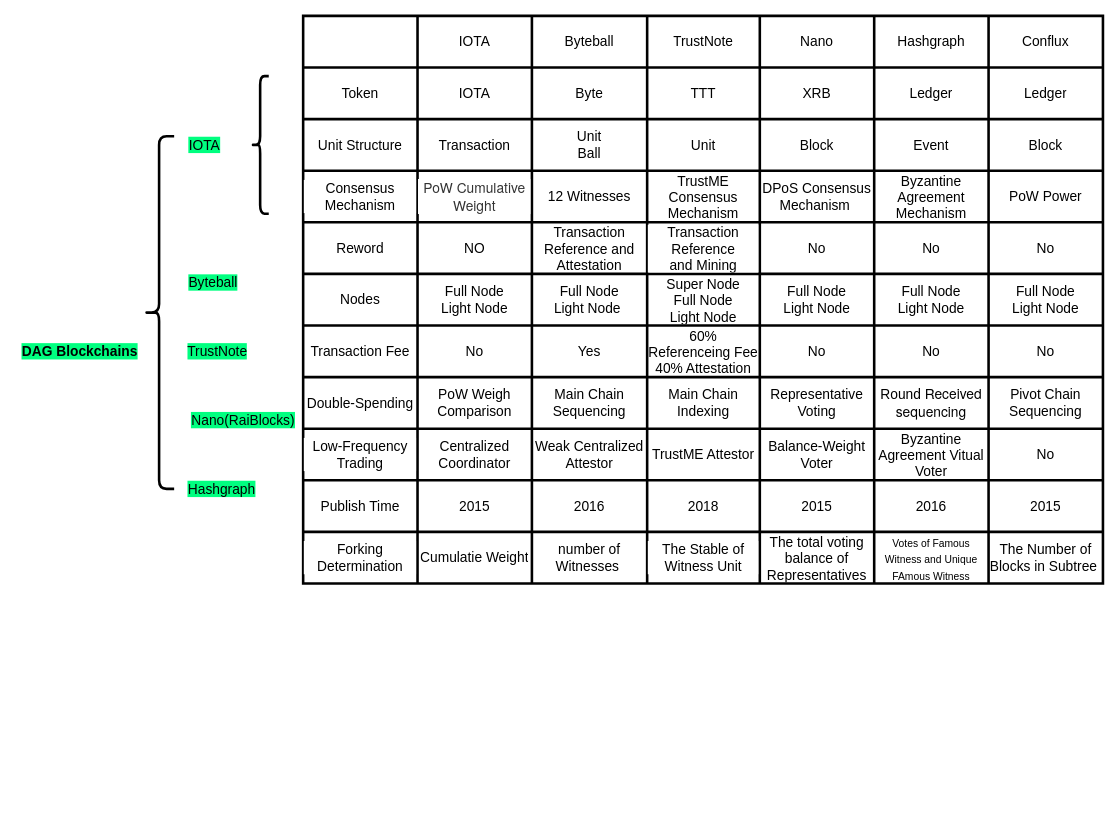
Earlier version of the draw.io diagram page "DAG Blockchain" (1 of 2) of Research Plans/Dag Blockchain.drawio (LiZhang2021/Blockchain). Source tidied: cells renumbered, new cells numbered last; positions are measured from the earlier drawing's top-left corner, leaving out a move shared by most shapes. Both pictures are drawn from the tidied source at 86%, with x=0, y=0 at pixel (15, 15).
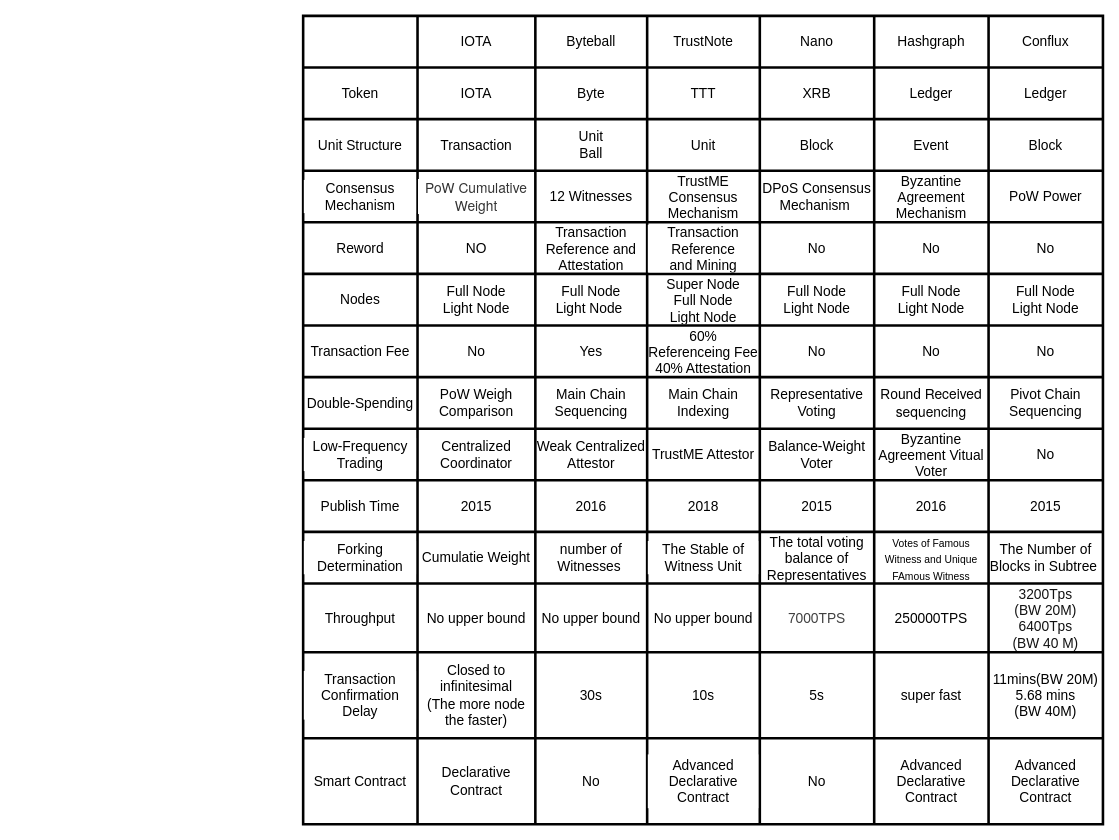
After the change.

The change refers to these unchanged cells:
```xml
<mxCell id="11" style="shape=tableRow;horizontal=0;startSize=0;swimlaneHead=0;swimlaneBody=0;top=0;left=0;bottom=0;right=0;fillColor=none;labelBackgroundColor=#00FF80;fontSize=16;strokeWidth=3;" parent="10" vertex="1">
  <mxGeometry width="930" height="60" as="geometry" />
</mxCell>
<mxCell id="19" style="shape=tableRow;horizontal=0;startSize=0;swimlaneHead=0;swimlaneBody=0;top=0;left=0;bottom=0;right=0;fillColor=none;labelBackgroundColor=#00FF80;fontSize=16;strokeWidth=3;" parent="10" vertex="1">
  <mxGeometry y="60" width="930" height="60" as="geometry" />
</mxCell>
<mxCell id="27" style="shape=tableRow;horizontal=0;startSize=0;swimlaneHead=0;swimlaneBody=0;top=0;left=0;bottom=0;right=0;fillColor=none;labelBackgroundColor=#00FF80;fontSize=16;strokeWidth=3;" parent="10" vertex="1">
  <mxGeometry y="120" width="930" height="60" as="geometry" />
</mxCell>
<mxCell id="35" style="shape=tableRow;horizontal=0;startSize=0;swimlaneHead=0;swimlaneBody=0;top=0;left=0;bottom=0;right=0;fillColor=none;labelBackgroundColor=#FFFFFF;fontSize=16;strokeWidth=3;" parent="10" vertex="1">
  <mxGeometry y="180" width="930" height="60" as="geometry" />
</mxCell>
<mxCell id="43" style="shape=tableRow;horizontal=0;startSize=0;swimlaneHead=0;swimlaneBody=0;top=0;left=0;bottom=0;right=0;fillColor=none;labelBackgroundColor=#00FF80;fontSize=16;strokeWidth=3;" parent="10" vertex="1">
  <mxGeometry y="240" width="930" height="60" as="geometry" />
</mxCell>
<mxCell id="51" style="shape=tableRow;horizontal=0;startSize=0;swimlaneHead=0;swimlaneBody=0;top=0;left=0;bottom=0;right=0;fillColor=none;labelBackgroundColor=#00FF80;fontSize=16;strokeWidth=3;" parent="10" vertex="1">
  <mxGeometry y="300" width="930" height="60" as="geometry" />
</mxCell>
<mxCell id="59" style="shape=tableRow;horizontal=0;startSize=0;swimlaneHead=0;swimlaneBody=0;top=0;left=0;bottom=0;right=0;fillColor=none;labelBackgroundColor=#00FF80;fontSize=16;strokeWidth=3;" parent="10" vertex="1">
  <mxGeometry y="360" width="930" height="60" as="geometry" />
</mxCell>
<mxCell id="67" style="shape=tableRow;horizontal=0;startSize=0;swimlaneHead=0;swimlaneBody=0;top=0;left=0;bottom=0;right=0;fillColor=none;labelBackgroundColor=#00FF80;fontSize=16;strokeWidth=3;" parent="10" vertex="1">
  <mxGeometry y="420" width="930" height="60" as="geometry" />
</mxCell>
<mxCell id="75" style="shape=tableRow;horizontal=0;startSize=0;swimlaneHead=0;swimlaneBody=0;top=0;left=0;bottom=0;right=0;fillColor=none;labelBackgroundColor=#FFFF00;fontSize=16;strokeWidth=3;" parent="10" vertex="1">
  <mxGeometry y="480" width="930" height="60" as="geometry" />
</mxCell>
<mxCell id="83" style="shape=tableRow;horizontal=0;startSize=0;swimlaneHead=0;swimlaneBody=0;top=0;left=0;bottom=0;right=0;fillColor=none;labelBackgroundColor=none;fontSize=16;strokeWidth=3;" parent="10" vertex="1">
  <mxGeometry y="540" width="930" height="60" as="geometry" />
</mxCell>
<mxCell id="91" style="shape=tableRow;horizontal=0;startSize=0;swimlaneHead=0;swimlaneBody=0;top=0;left=0;bottom=0;right=0;fillColor=none;labelBackgroundColor=none;fontSize=16;strokeWidth=3;" parent="10" vertex="1">
  <mxGeometry y="600" width="930" height="60" as="geometry" />
</mxCell>
```

Change to the diagram source:
```diff
@@
-    <mxCell id="2" value="&lt;font style=&quot;font-size: 16px;&quot;&gt;DAG Blockchains&lt;/font&gt;" style="text;html=1;align=center;verticalAlign=middle;strokeColor=none;fillColor=none;fontSize=16;fontStyle=1;labelBackgroundColor=#00FF80;" parent="1" vertex="1">
-      <mxGeometry y="380" width="150" height="20" as="geometry" />
-    </mxCell>
-    <mxCell id="3" value="IOTA" style="text;html=1;align=center;verticalAlign=middle;strokeColor=none;fillColor=none;fontSize=16;labelBackgroundColor=#00FF80;" parent="1" vertex="1">
-      <mxGeometry x="195" y="140" width="50" height="20" as="geometry" />
-    </mxCell>
-    <mxCell id="4" value="Byteball" style="text;html=1;align=center;verticalAlign=middle;strokeColor=none;fillColor=none;fontSize=16;labelBackgroundColor=#00FF80;" parent="1" vertex="1">
-      <mxGeometry x="195" y="300" width="70" height="20" as="geometry" />
-    </mxCell>
-    <mxCell id="5" value="TrustNote" style="text;html=1;align=center;verticalAlign=middle;strokeColor=none;fillColor=none;fontSize=16;labelBackgroundColor=#00FF80;" parent="1" vertex="1">
-      <mxGeometry x="195" y="380" width="80" height="20" as="geometry" />
-    </mxCell>
-    <mxCell id="6" value="Nano(RaiBlocks)" style="text;html=1;align=center;verticalAlign=middle;strokeColor=none;fillColor=none;fontSize=16;labelBackgroundColor=#00FF80;" parent="1" vertex="1">
-      <mxGeometry x="195" y="460" width="140" height="20" as="geometry" />
-    </mxCell>
-    <mxCell id="7" value="Hashgraph" style="text;html=1;align=center;verticalAlign=middle;strokeColor=none;fillColor=none;fontSize=16;labelBackgroundColor=#00FF80;" parent="1" vertex="1">
-      <mxGeometry x="195" y="540" width="90" height="20" as="geometry" />
-    </mxCell>
-    <mxCell id="8" style="shape=curlyBracket;whiteSpace=wrap;html=1;rounded=1;labelBackgroundColor=#00FF80;fontSize=16;strokeWidth=3;" parent="1" vertex="1">
-      <mxGeometry x="150" y="140" width="35" height="410" as="geometry" />
-    </mxCell>
-    <mxCell id="9" style="shape=curlyBracket;whiteSpace=wrap;html=1;rounded=1;labelBackgroundColor=#00FF80;fontSize=16;strokeWidth=3;" parent="1" vertex="1">
-      <mxGeometry x="275" y="70" width="20" height="160" as="geometry" />
-    </mxCell>
     <mxCell id="10" style="shape=table;startSize=0;childLayout=tableLayout;labelBackgroundColor=none;fontSize=16;strokeWidth=3;" parent="1" vertex="1">
-      <mxGeometry x="335" width="930" height="660" as="geometry" />
+      <mxGeometry x="335" width="930" height="940" as="geometry" />
     </mxCell>
@@
     <mxCell id="13" value="IOTA" style="shape=partialRectangle;html=1;whiteSpace=wrap;overflow=hidden;fillColor=none;top=0;left=0;bottom=0;right=0;labelBackgroundColor=#FFFFFF;fontSize=16;strokeWidth=3;" parent="11" vertex="1">
-      <mxGeometry x="133" width="133" height="60" as="geometry" />
+      <mxGeometry x="133" width="137" height="60" as="geometry" />
     </mxCell>
     <mxCell id="14" value="Byteball" style="shape=partialRectangle;html=1;whiteSpace=wrap;overflow=hidden;fillColor=none;top=0;left=0;bottom=0;right=0;labelBackgroundColor=#FFFFFF;fontSize=16;strokeWidth=3;" parent="11" vertex="1">
-      <mxGeometry x="266" width="134" height="60" as="geometry" />
+      <mxGeometry x="270" width="130" height="60" as="geometry" />
     </mxCell>
@@
     <mxCell id="21" value="&lt;span style=&quot;&quot;&gt;IOTA&lt;/span&gt;" style="shape=partialRectangle;html=1;whiteSpace=wrap;overflow=hidden;fillColor=none;top=0;left=0;bottom=0;right=0;labelBackgroundColor=#FFFFFF;fontSize=16;strokeWidth=3;" parent="19" vertex="1">
-      <mxGeometry x="133" width="133" height="60" as="geometry" />
+      <mxGeometry x="133" width="137" height="60" as="geometry" />
     </mxCell>
     <mxCell id="22" value="Byte" style="shape=partialRectangle;html=1;whiteSpace=wrap;overflow=hidden;fillColor=none;top=0;left=0;bottom=0;right=0;labelBackgroundColor=#FFFFFF;fontSize=16;strokeWidth=3;" parent="19" vertex="1">
-      <mxGeometry x="266" width="134" height="60" as="geometry" />
+      <mxGeometry x="270" width="130" height="60" as="geometry" />
     </mxCell>
@@
     <mxCell id="29" value="Transaction" style="shape=partialRectangle;html=1;whiteSpace=wrap;overflow=hidden;fillColor=none;top=0;left=0;bottom=0;right=0;labelBackgroundColor=#FFFFFF;fontSize=16;strokeWidth=3;" parent="27" vertex="1">
-      <mxGeometry x="133" width="133" height="60" as="geometry" />
+      <mxGeometry x="133" width="137" height="60" as="geometry" />
     </mxCell>
     <mxCell id="30" value="Unit&lt;br&gt;Ball" style="shape=partialRectangle;html=1;whiteSpace=wrap;overflow=hidden;fillColor=none;top=0;left=0;bottom=0;right=0;labelBackgroundColor=#FFFFFF;fontSize=16;strokeWidth=3;" parent="27" vertex="1">
-      <mxGeometry x="266" width="134" height="60" as="geometry" />
+      <mxGeometry x="270" width="130" height="60" as="geometry" />
     </mxCell>
@@
     <mxCell id="37" value="&lt;span style=&quot;color: rgb(51, 51, 51); font-family: &amp;quot;helvetica neue&amp;quot;, helvetica, &amp;quot;segoe ui&amp;quot;, arial, freesans, sans-serif;&quot;&gt;PoW Cumulative Weight&lt;/span&gt;" style="shape=partialRectangle;html=1;whiteSpace=wrap;overflow=hidden;fillColor=none;top=0;left=0;bottom=0;right=0;labelBackgroundColor=#FFFFFF;fontSize=16;strokeWidth=3;" parent="35" vertex="1">
-      <mxGeometry x="133" width="133" height="60" as="geometry" />
+      <mxGeometry x="133" width="137" height="60" as="geometry" />
     </mxCell>
     <mxCell id="38" value="12 Witnesses" style="shape=partialRectangle;html=1;whiteSpace=wrap;overflow=hidden;fillColor=none;top=0;left=0;bottom=0;right=0;labelBackgroundColor=#FFFFFF;fontSize=16;strokeWidth=3;" parent="35" vertex="1">
-      <mxGeometry x="266" width="134" height="60" as="geometry" />
+      <mxGeometry x="270" width="130" height="60" as="geometry" />
     </mxCell>
@@
     <mxCell id="45" value="&lt;span style=&quot;&quot;&gt;NO&lt;/span&gt;" style="shape=partialRectangle;html=1;whiteSpace=wrap;overflow=hidden;fillColor=none;top=0;left=0;bottom=0;right=0;labelBackgroundColor=none;fontSize=16;strokeWidth=3;" parent="43" vertex="1">
-      <mxGeometry x="133" width="133" height="60" as="geometry" />
+      <mxGeometry x="133" width="137" height="60" as="geometry" />
     </mxCell>
     <mxCell id="46" value="Transaction Reference and Attestation" style="shape=partialRectangle;html=1;whiteSpace=wrap;overflow=hidden;fillColor=none;top=0;left=0;bottom=0;right=0;labelBackgroundColor=none;fontSize=16;strokeWidth=3;" parent="43" vertex="1">
-      <mxGeometry x="266" width="134" height="60" as="geometry" />
+      <mxGeometry x="270" width="130" height="60" as="geometry" />
     </mxCell>
@@
     <mxCell id="53" value="&lt;span&gt;Full Node&lt;br&gt;Light Node&lt;br&gt;&lt;/span&gt;" style="shape=partialRectangle;html=1;whiteSpace=wrap;overflow=hidden;fillColor=none;top=0;left=0;bottom=0;right=0;labelBackgroundColor=#FFFFFF;fontSize=16;strokeWidth=3;" parent="51" vertex="1">
-      <mxGeometry x="133" width="133" height="60" as="geometry" />
+      <mxGeometry x="133" width="137" height="60" as="geometry" />
     </mxCell>
     <mxCell id="54" value="Full Node &lt;br&gt;Light Node&amp;nbsp;" style="shape=partialRectangle;html=1;whiteSpace=wrap;overflow=hidden;fillColor=none;top=0;left=0;bottom=0;right=0;labelBackgroundColor=none;fontSize=16;strokeWidth=3;" parent="51" vertex="1">
-      <mxGeometry x="266" width="134" height="60" as="geometry" />
+      <mxGeometry x="270" width="130" height="60" as="geometry" />
     </mxCell>
@@
     <mxCell id="61" value="No" style="shape=partialRectangle;html=1;whiteSpace=wrap;overflow=hidden;fillColor=none;top=0;left=0;bottom=0;right=0;labelBackgroundColor=none;fontSize=16;strokeWidth=3;labelBorderColor=none;" parent="59" vertex="1">
-      <mxGeometry x="133" width="133" height="60" as="geometry" />
+      <mxGeometry x="133" width="137" height="60" as="geometry" />
     </mxCell>
     <mxCell id="62" value="Yes" style="shape=partialRectangle;html=1;whiteSpace=wrap;overflow=hidden;fillColor=none;top=0;left=0;bottom=0;right=0;labelBackgroundColor=none;fontSize=16;strokeWidth=3;" parent="59" vertex="1">
-      <mxGeometry x="266" width="134" height="60" as="geometry" />
+      <mxGeometry x="270" width="130" height="60" as="geometry" />
     </mxCell>
@@
     <mxCell id="69" value="PoW Weigh Comparison" style="shape=partialRectangle;html=1;whiteSpace=wrap;overflow=hidden;fillColor=none;top=0;left=0;bottom=0;right=0;labelBackgroundColor=none;fontSize=16;strokeWidth=3;" parent="67" vertex="1">
-      <mxGeometry x="133" width="133" height="60" as="geometry" />
+      <mxGeometry x="133" width="137" height="60" as="geometry" />
     </mxCell>
     <mxCell id="70" value="Main Chain Sequencing" style="shape=partialRectangle;html=1;whiteSpace=wrap;overflow=hidden;fillColor=none;top=0;left=0;bottom=0;right=0;labelBackgroundColor=none;fontSize=16;strokeWidth=3;" parent="67" vertex="1">
-      <mxGeometry x="266" width="134" height="60" as="geometry" />
+      <mxGeometry x="270" width="130" height="60" as="geometry" />
     </mxCell>
@@
     <mxCell id="77" value="Centralized Coordinator" style="shape=partialRectangle;html=1;whiteSpace=wrap;overflow=hidden;fillColor=none;top=0;left=0;bottom=0;right=0;labelBackgroundColor=none;fontSize=16;strokeWidth=3;" parent="75" vertex="1">
-      <mxGeometry x="133" width="133" height="60" as="geometry" />
+      <mxGeometry x="133" width="137" height="60" as="geometry" />
     </mxCell>
     <mxCell id="78" value="Weak Centralized Attestor" style="shape=partialRectangle;html=1;whiteSpace=wrap;overflow=hidden;fillColor=none;top=0;left=0;bottom=0;right=0;labelBackgroundColor=none;fontSize=16;strokeWidth=3;" parent="75" vertex="1">
-      <mxGeometry x="266" width="134" height="60" as="geometry" />
+      <mxGeometry x="270" width="130" height="60" as="geometry" />
     </mxCell>
@@
     <mxCell id="85" value="&lt;span style=&quot;&quot;&gt;2015&lt;/span&gt;" style="shape=partialRectangle;html=1;whiteSpace=wrap;overflow=hidden;fillColor=none;top=0;left=0;bottom=0;right=0;labelBackgroundColor=none;fontSize=16;strokeWidth=3;" parent="83" vertex="1">
-      <mxGeometry x="133" width="133" height="60" as="geometry" />
+      <mxGeometry x="133" width="137" height="60" as="geometry" />
     </mxCell>
     <mxCell id="86" value="&lt;span style=&quot;&quot;&gt;2016&lt;/span&gt;" style="shape=partialRectangle;html=1;whiteSpace=wrap;overflow=hidden;fillColor=none;top=0;left=0;bottom=0;right=0;labelBackgroundColor=none;fontSize=16;strokeWidth=3;" parent="83" vertex="1">
-      <mxGeometry x="266" width="134" height="60" as="geometry" />
+      <mxGeometry x="270" width="130" height="60" as="geometry" />
     </mxCell>
@@
     <mxCell id="93" value="Cumulatie Weight" style="shape=partialRectangle;html=1;whiteSpace=wrap;overflow=hidden;fillColor=none;top=0;left=0;bottom=0;right=0;labelBackgroundColor=none;fontSize=16;strokeWidth=3;" parent="91" vertex="1">
-      <mxGeometry x="133" width="133" height="60" as="geometry" />
+      <mxGeometry x="133" width="137" height="60" as="geometry" />
     </mxCell>
     <mxCell id="94" value="number of Witnesses&amp;nbsp;" style="shape=partialRectangle;html=1;whiteSpace=wrap;overflow=hidden;fillColor=none;top=0;left=0;bottom=0;right=0;labelBackgroundColor=none;fontSize=16;strokeWidth=3;" parent="91" vertex="1">
-      <mxGeometry x="266" width="134" height="60" as="geometry" />
+      <mxGeometry x="270" width="130" height="60" as="geometry" />
     </mxCell>
@@
+    <mxCell id="99" style="shape=tableRow;horizontal=0;startSize=0;swimlaneHead=0;swimlaneBody=0;top=0;left=0;bottom=0;right=0;fillColor=none;labelBackgroundColor=none;fontSize=16;strokeWidth=3;" parent="10" vertex="1">
+      <mxGeometry y="660" width="930" height="80" as="geometry" />
+    </mxCell>
+    <mxCell id="100" value="Throughput" style="shape=partialRectangle;html=1;whiteSpace=wrap;overflow=hidden;fillColor=none;top=0;left=0;bottom=0;right=0;labelBackgroundColor=#FFFFFF;fontSize=16;strokeWidth=3;" parent="99" vertex="1">
+      <mxGeometry width="133" height="80" as="geometry" />
+    </mxCell>
+    <mxCell id="101" value="No upper bound" style="shape=partialRectangle;html=1;whiteSpace=wrap;overflow=hidden;fillColor=none;top=0;left=0;bottom=0;right=0;labelBackgroundColor=none;fontSize=16;strokeWidth=3;" parent="99" vertex="1">
+      <mxGeometry x="133" width="137" height="80" as="geometry" />
+    </mxCell>
+    <mxCell id="102" value="No upper bound" style="shape=partialRectangle;html=1;whiteSpace=wrap;overflow=hidden;fillColor=none;top=0;left=0;bottom=0;right=0;labelBackgroundColor=none;fontSize=16;strokeWidth=3;" parent="99" vertex="1">
+      <mxGeometry x="270" width="130" height="80" as="geometry" />
+    </mxCell>
+    <mxCell id="103" value="No upper bound" style="shape=partialRectangle;html=1;whiteSpace=wrap;overflow=hidden;fillColor=none;top=0;left=0;bottom=0;right=0;labelBackgroundColor=#FFFFFF;fontSize=16;strokeWidth=3;" parent="99" vertex="1">
+      <mxGeometry x="400" width="131" height="80" as="geometry" />
+    </mxCell>
+    <mxCell id="104" value="&lt;span style=&quot;color: rgb(64 , 64 , 64) ; font-family: , &amp;#34;blinkmacsystemfont&amp;#34; , &amp;#34;apple color emoji&amp;#34; , &amp;#34;segoe ui emoji&amp;#34; , &amp;#34;segoe ui symbol&amp;#34; , &amp;#34;segoe ui&amp;#34; , &amp;#34;pingfang sc&amp;#34; , &amp;#34;hiragino sans gb&amp;#34; , &amp;#34;microsoft yahei&amp;#34; , &amp;#34;helvetica neue&amp;#34; , &amp;#34;helvetica&amp;#34; , &amp;#34;arial&amp;#34; , sans-serif ; background-color: rgb(255 , 255 , 255)&quot;&gt;7000TPS&lt;/span&gt;" style="shape=partialRectangle;html=1;whiteSpace=wrap;overflow=hidden;fillColor=none;top=0;left=0;bottom=0;right=0;labelBackgroundColor=none;fontSize=16;strokeWidth=3;" parent="99" vertex="1">
+      <mxGeometry x="531" width="133" height="80" as="geometry" />
+    </mxCell>
+    <mxCell id="105" value="250000TPS" style="shape=partialRectangle;html=1;whiteSpace=wrap;overflow=hidden;fillColor=none;top=0;left=0;bottom=0;right=0;labelBackgroundColor=none;fontSize=16;strokeWidth=3;" parent="99" vertex="1">
+      <mxGeometry x="664" width="133" height="80" as="geometry" />
+    </mxCell>
+    <mxCell id="106" value="&lt;span style=&quot;color: rgb(18 , 18 , 18) ; font-family: , &amp;#34;blinkmacsystemfont&amp;#34; , &amp;#34;helvetica neue&amp;#34; , &amp;#34;pingfang sc&amp;#34; , &amp;#34;microsoft yahei&amp;#34; , &amp;#34;source han sans sc&amp;#34; , &amp;#34;noto sans cjk sc&amp;#34; , &amp;#34;wenquanyi micro hei&amp;#34; , sans-serif ; font-size: medium ; background-color: rgb(255 , 255 , 255)&quot;&gt;3200Tps &lt;br&gt;(BW 20M)&lt;br&gt;6400Tps&lt;br&gt;(BW 40 M)&lt;br&gt;&lt;/span&gt;" style="shape=partialRectangle;html=1;whiteSpace=wrap;overflow=hidden;fillColor=none;top=0;left=0;bottom=0;right=0;labelBackgroundColor=none;fontSize=16;strokeWidth=3;" parent="99" vertex="1">
+      <mxGeometry x="797" width="133" height="80" as="geometry" />
+    </mxCell>
+    <mxCell id="107" style="shape=tableRow;horizontal=0;startSize=0;swimlaneHead=0;swimlaneBody=0;top=0;left=0;bottom=0;right=0;fillColor=none;labelBackgroundColor=none;fontSize=16;strokeWidth=3;" parent="10" vertex="1">
+      <mxGeometry y="740" width="930" height="100" as="geometry" />
+    </mxCell>
+    <mxCell id="108" value="Transaction Confirmation Delay" style="shape=partialRectangle;html=1;whiteSpace=wrap;overflow=hidden;fillColor=none;top=0;left=0;bottom=0;right=0;labelBackgroundColor=#FFFFFF;fontSize=16;strokeWidth=3;" parent="107" vertex="1">
+      <mxGeometry width="133" height="100" as="geometry" />
+    </mxCell>
+    <mxCell id="109" value="Closed to infinitesimal&lt;br&gt;(The more node the faster)" style="shape=partialRectangle;html=1;whiteSpace=wrap;overflow=hidden;fillColor=none;top=0;left=0;bottom=0;right=0;labelBackgroundColor=none;fontSize=16;strokeWidth=3;" parent="107" vertex="1">
+      <mxGeometry x="133" width="137" height="100" as="geometry" />
+    </mxCell>
+    <mxCell id="110" value="30s" style="shape=partialRectangle;html=1;whiteSpace=wrap;overflow=hidden;fillColor=none;top=0;left=0;bottom=0;right=0;labelBackgroundColor=none;fontSize=16;strokeWidth=3;" parent="107" vertex="1">
+      <mxGeometry x="270" width="130" height="100" as="geometry" />
+    </mxCell>
+    <mxCell id="111" value="10s" style="shape=partialRectangle;html=1;whiteSpace=wrap;overflow=hidden;fillColor=none;top=0;left=0;bottom=0;right=0;labelBackgroundColor=#FFFFFF;fontSize=16;strokeWidth=3;" parent="107" vertex="1">
+      <mxGeometry x="400" width="131" height="100" as="geometry" />
+    </mxCell>
+    <mxCell id="112" value="5s" style="shape=partialRectangle;html=1;whiteSpace=wrap;overflow=hidden;fillColor=none;top=0;left=0;bottom=0;right=0;labelBackgroundColor=none;fontSize=16;strokeWidth=3;" parent="107" vertex="1">
+      <mxGeometry x="531" width="133" height="100" as="geometry" />
+    </mxCell>
+    <mxCell id="113" value="super fast" style="shape=partialRectangle;html=1;whiteSpace=wrap;overflow=hidden;fillColor=none;top=0;left=0;bottom=0;right=0;labelBackgroundColor=none;fontSize=16;strokeWidth=3;" parent="107" vertex="1">
+      <mxGeometry x="664" width="133" height="100" as="geometry" />
+    </mxCell>
+    <mxCell id="114" value="11mins(BW 20M)&lt;br&gt;5.68 mins &lt;br&gt;(BW 40M)" style="shape=partialRectangle;html=1;whiteSpace=wrap;overflow=hidden;fillColor=none;top=0;left=0;bottom=0;right=0;labelBackgroundColor=none;fontSize=16;strokeWidth=3;" parent="107" vertex="1">
+      <mxGeometry x="797" width="133" height="100" as="geometry" />
+    </mxCell>
+    <mxCell id="115" style="shape=tableRow;horizontal=0;startSize=0;swimlaneHead=0;swimlaneBody=0;top=0;left=0;bottom=0;right=0;fillColor=none;labelBackgroundColor=none;fontSize=16;strokeWidth=3;" parent="10" vertex="1">
+      <mxGeometry y="840" width="930" height="100" as="geometry" />
+    </mxCell>
+    <mxCell id="116" value="Smart Contract" style="shape=partialRectangle;html=1;whiteSpace=wrap;overflow=hidden;fillColor=none;top=0;left=0;bottom=0;right=0;labelBackgroundColor=#FFFFFF;fontSize=16;strokeWidth=3;" parent="115" vertex="1">
+      <mxGeometry width="133" height="100" as="geometry" />
+    </mxCell>
+    <mxCell id="117" value="&lt;table class=&quot;NormalTable&quot;&gt;&lt;tbody&gt;&lt;tr&gt;&lt;td width=&quot;200&quot;&gt;&lt;span class=&quot;fontstyle0&quot;&gt;Declarative Contract&lt;/span&gt;&lt;/td&gt;&lt;/tr&gt;&lt;/tbody&gt;&lt;/table&gt;" style="shape=partialRectangle;html=1;whiteSpace=wrap;overflow=hidden;fillColor=none;top=0;left=0;bottom=0;right=0;labelBackgroundColor=none;fontSize=16;strokeWidth=3;" parent="115" vertex="1">
+      <mxGeometry x="133" width="137" height="100" as="geometry" />
+    </mxCell>
+    <mxCell id="118" value="No" style="shape=partialRectangle;html=1;whiteSpace=wrap;overflow=hidden;fillColor=none;top=0;left=0;bottom=0;right=0;labelBackgroundColor=none;fontSize=16;strokeWidth=3;" parent="115" vertex="1">
+      <mxGeometry x="270" width="130" height="100" as="geometry" />
+    </mxCell>
+    <mxCell id="119" value="&lt;table class=&quot;NormalTable&quot;&gt;&lt;tbody&gt;&lt;tr&gt;&lt;td width=&quot;200&quot;&gt;&lt;span class=&quot;fontstyle0&quot;&gt;Advanced&lt;br&gt;Declarative Contract&lt;/span&gt;&lt;/td&gt;&lt;/tr&gt;&lt;/tbody&gt;&lt;/table&gt;" style="shape=partialRectangle;html=1;whiteSpace=wrap;overflow=hidden;fillColor=none;top=0;left=0;bottom=0;right=0;labelBackgroundColor=#FFFFFF;fontSize=16;strokeWidth=3;" parent="115" vertex="1">
+      <mxGeometry x="400" width="131" height="100" as="geometry" />
+    </mxCell>
+    <mxCell id="120" value="No" style="shape=partialRectangle;html=1;whiteSpace=wrap;overflow=hidden;fillColor=none;top=0;left=0;bottom=0;right=0;labelBackgroundColor=none;fontSize=16;strokeWidth=3;" parent="115" vertex="1">
+      <mxGeometry x="531" width="133" height="100" as="geometry" />
+    </mxCell>
+    <mxCell id="121" value="&lt;table class=&quot;NormalTable&quot;&gt;&lt;tbody&gt;&lt;tr&gt;&lt;td width=&quot;200&quot;&gt;&lt;span class=&quot;fontstyle0&quot;&gt;Advanced&lt;br&gt;Declarative Contract&lt;/span&gt;&lt;/td&gt;&lt;/tr&gt;&lt;/tbody&gt;&lt;/table&gt;" style="shape=partialRectangle;html=1;whiteSpace=wrap;overflow=hidden;fillColor=none;top=0;left=0;bottom=0;right=0;labelBackgroundColor=none;fontSize=16;strokeWidth=3;" parent="115" vertex="1">
+      <mxGeometry x="664" width="133" height="100" as="geometry" />
+    </mxCell>
+    <mxCell id="122" value="&lt;table class=&quot;NormalTable&quot;&gt;&lt;tbody&gt;&lt;tr&gt;&lt;td width=&quot;200&quot;&gt;&lt;span class=&quot;fontstyle0&quot;&gt;Advanced&lt;br&gt;Declarative Contract&lt;/span&gt;&lt;/td&gt;&lt;/tr&gt;&lt;/tbody&gt;&lt;/table&gt;" style="shape=partialRectangle;html=1;whiteSpace=wrap;overflow=hidden;fillColor=none;top=0;left=0;bottom=0;right=0;labelBackgroundColor=none;fontSize=16;strokeWidth=3;" parent="115" vertex="1">
+      <mxGeometry x="797" width="133" height="100" as="geometry" />
+    </mxCell>
```
